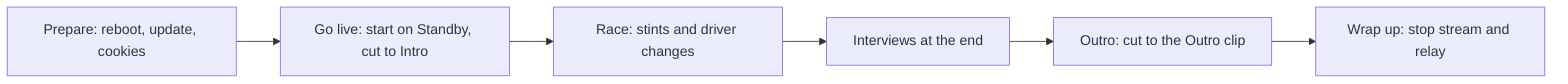
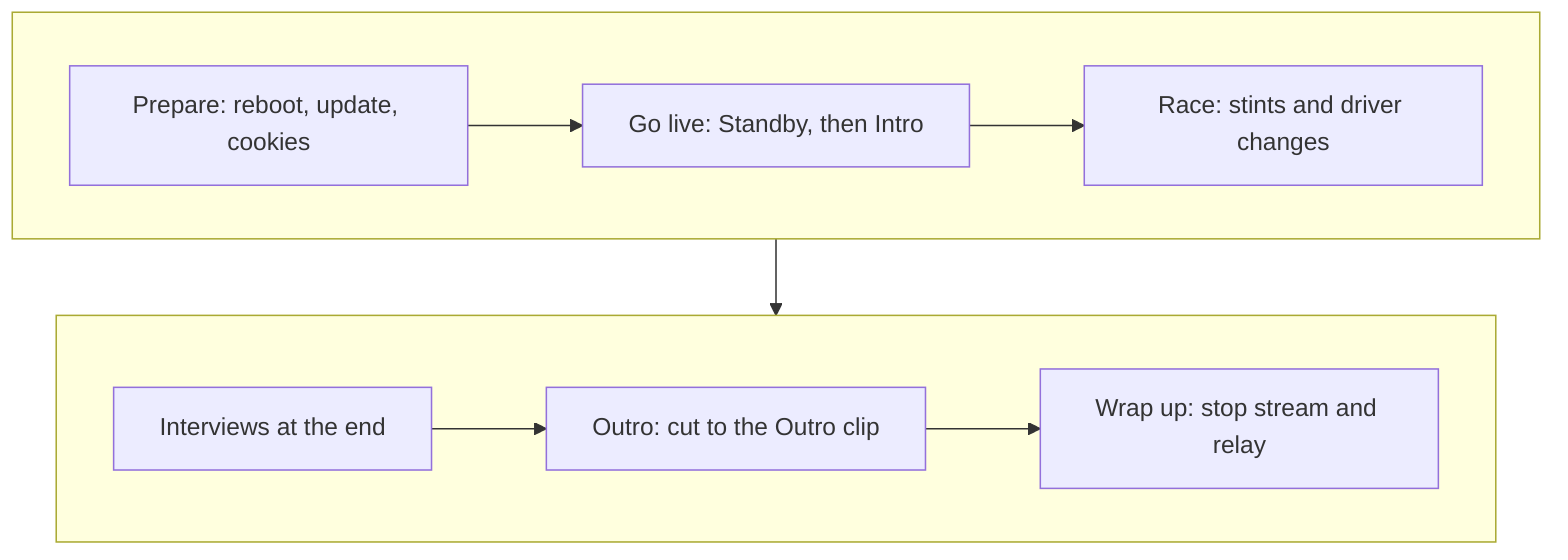
- flowchart LR
-   A[Prepare: reboot, update, cookies] --> B[Go live: start on Standby, cut to Intro]
-   B --> C[Race: stints and driver changes]
-   C --> D[Interviews at the end]
-   D --> E[Outro: cut to the Outro clip]
-   E --> F[Wrap up: stop stream and relay]
+ flowchart TB
+   subgraph row1[" "]
+     direction LR
+     A[Prepare: reboot, update, cookies] --> B[Go live: Standby, then Intro] --> C[Race: stints and driver changes]
+   end
+   subgraph row2[" "]
+     direction LR
+     D[Interviews at the end] --> E[Outro: cut to the Outro clip] --> F[Wrap up: stop stream and relay]
+   end
+   C --> D
